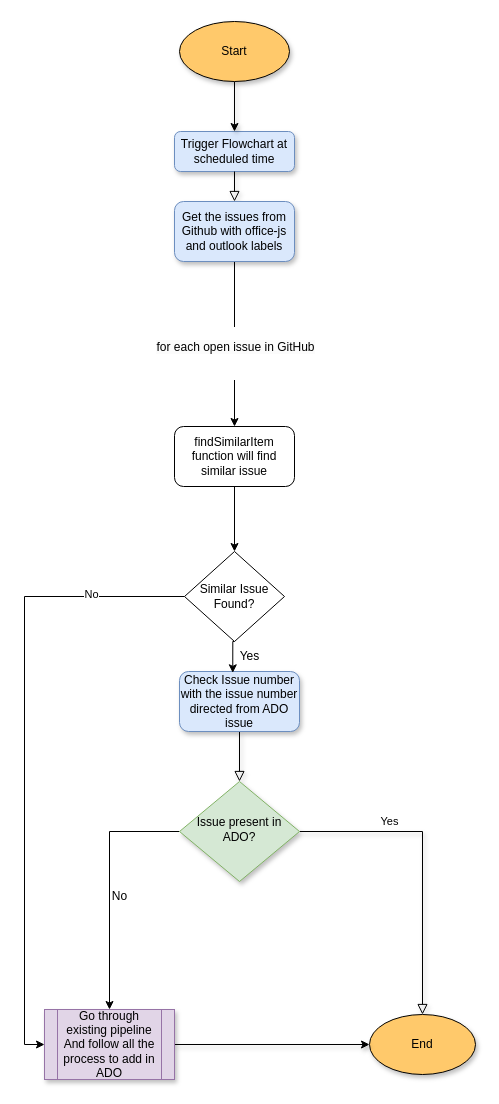
contactsmriti/extensibilityMS keeps this draw.io diagram as Untitled Diagram.drawio. Above is the earlier version. Source tidied: cells renumbered, new cells numbered last; positions are measured from the earlier drawing's top-left corner, leaving out a move shared by most shapes. Both pictures are drawn from the tidied source at 100%, with x=0, y=0 at pixel (44, 21).
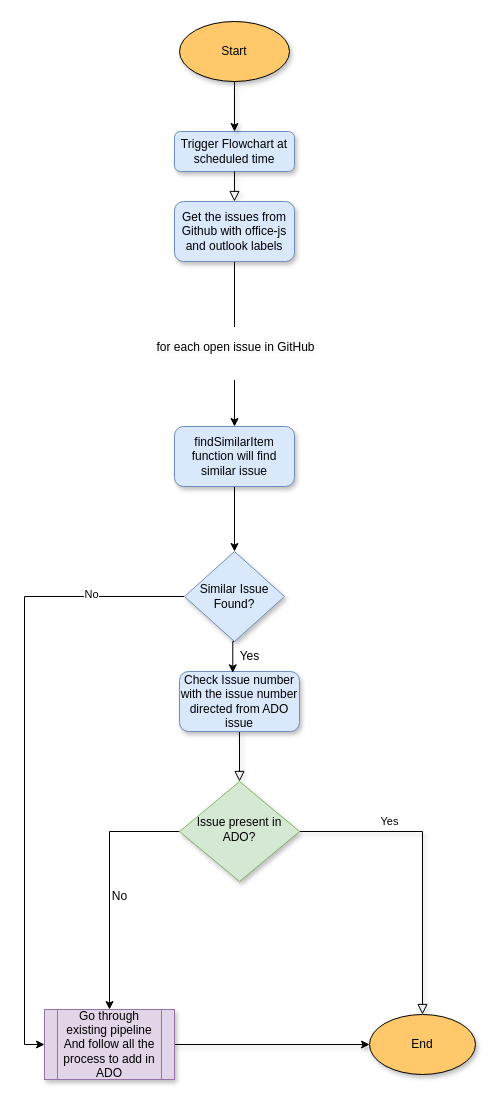
Above is the later version.

Change to the diagram source:
```diff
@@
-    <mxCell id="18" value="findSimilarItem function will find similar issue" style="rounded=1;whiteSpace=wrap;html=1;" parent="1" vertex="1">
+    <mxCell id="18" value="findSimilarItem function will find similar issue" style="rounded=1;whiteSpace=wrap;html=1;fillColor=#dae8fc;strokeColor=#6c8ebf;shadow=1;" parent="1" vertex="1">
       <mxGeometry x="130" y="405" width="120" height="60" as="geometry" />
     </mxCell>
@@
-    <mxCell id="22" value="Similar Issue Found?" style="rhombus;whiteSpace=wrap;html=1;" parent="1" vertex="1">
+    <mxCell id="22" value="Similar Issue Found?" style="rhombus;whiteSpace=wrap;html=1;fillColor=#dae8fc;strokeColor=#6c8ebf;shadow=1;" parent="1" vertex="1">
       <mxGeometry x="140" y="530" width="100" height="90" as="geometry" />
     </mxCell>
```
